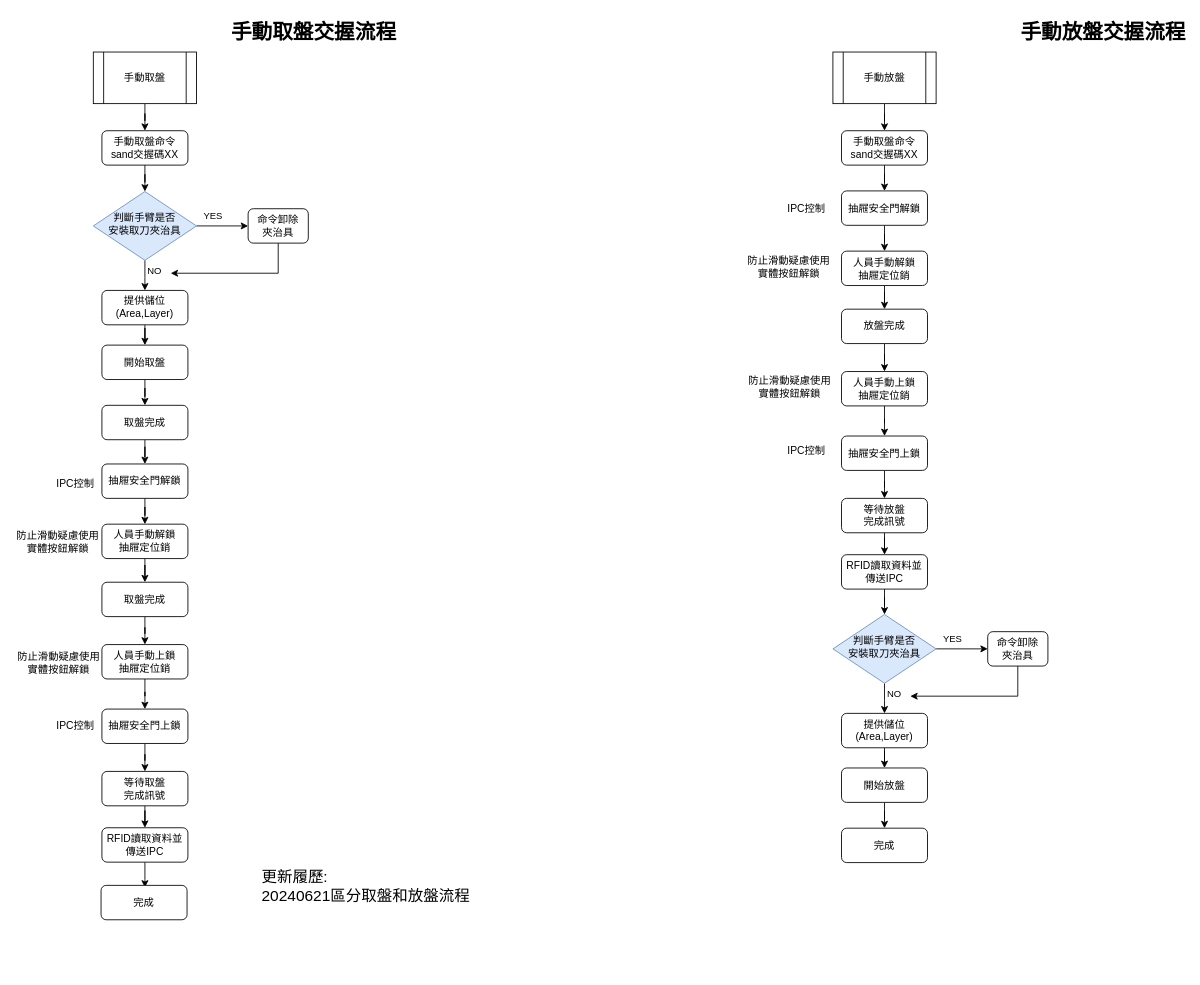
The draw.io diagram page "手動取放盤" (5 of 6) of 上位系統交握流程.drawio in ChiangRyan/process-diagram, before the edit. Source tidied: cells renumbered, new cells numbered last; positions are measured from the earlier drawing's top-left corner, leaving out a move shared by most shapes. Both pictures are drawn from the tidied source at 86%, with x=0, y=0 at pixel (15, 15).
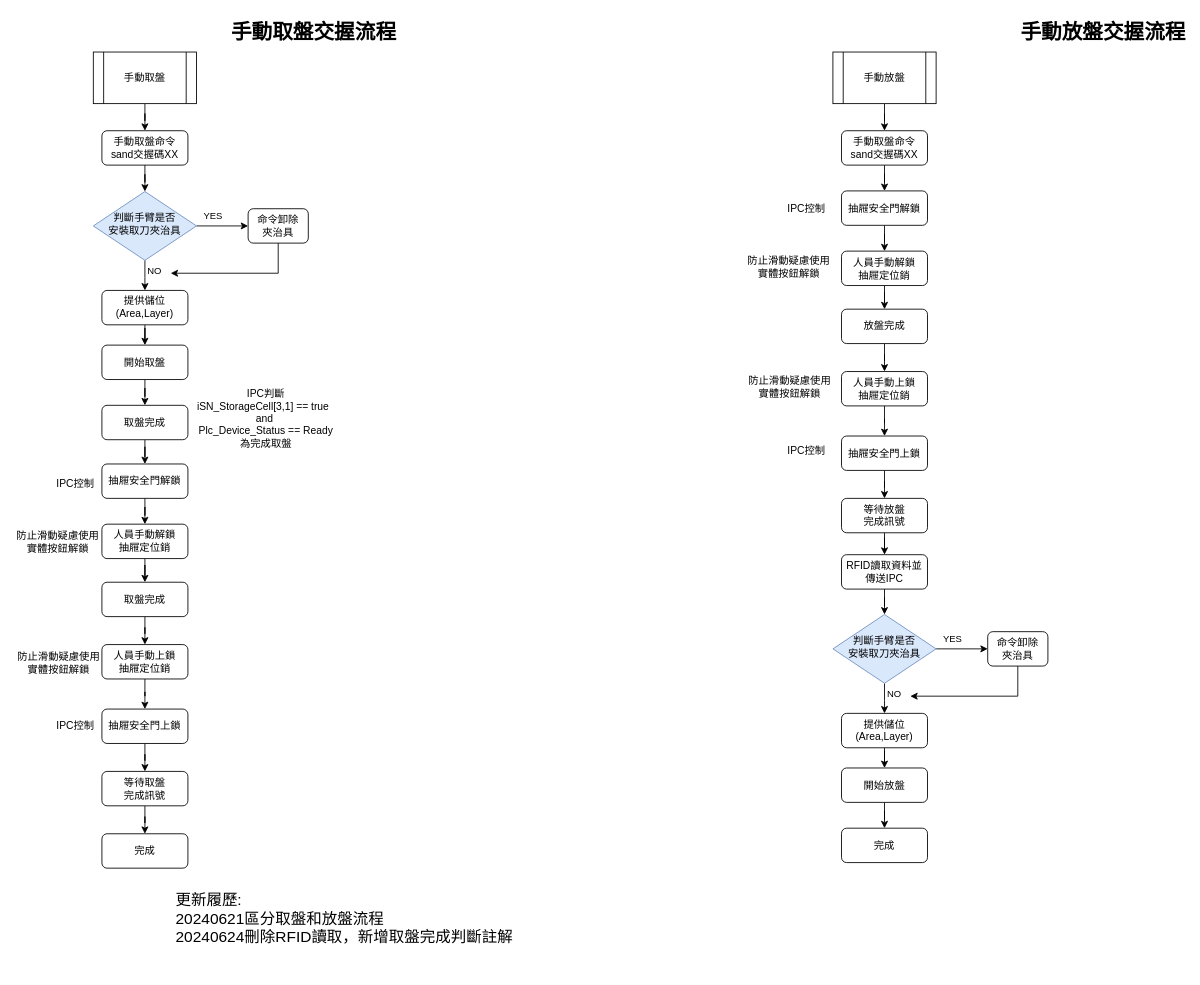
The same page after the edit.

Commit message:
更新上位系統交握流程.drawio

The change refers to these unchanged cells:
```xml
<mxCell id="59" value="等待取盤&lt;div&gt;完成訊號&lt;/div&gt;" style="rounded=1;whiteSpace=wrap;html=1;fontSize=12;glass=0;strokeWidth=1;shadow=0;" parent="1" vertex="1">
  <mxGeometry x="101" y="879.5" width="100" height="40" as="geometry" />
</mxCell>
```

What changed in the source:
```diff
@@
-    <mxCell id="37" value="&lt;font style=&quot;font-size: 18px;&quot;&gt;更新履歷:&lt;/font&gt;&lt;div style=&quot;font-size: 18px;&quot;&gt;&lt;font style=&quot;font-size: 18px;&quot;&gt;20240621區分取盤和放盤流程&lt;/font&gt;&lt;/div&gt;" style="text;html=1;align=left;verticalAlign=top;whiteSpace=wrap;rounded=0;labelPosition=center;verticalLabelPosition=middle;" parent="1" vertex="1">
-      <mxGeometry x="285" y="985.5" width="420" height="99" as="geometry" />
+    <mxCell id="37" value="&lt;font style=&quot;font-size: 18px;&quot;&gt;更新履歷:&lt;/font&gt;&lt;div style=&quot;font-size: 18px;&quot;&gt;&lt;font style=&quot;font-size: 18px;&quot;&gt;20240621區分取盤和放盤流程&lt;/font&gt;&lt;/div&gt;&lt;div style=&quot;font-size: 18px;&quot;&gt;20240624刪除RFID讀取，新增取盤完成判斷註解&lt;/div&gt;" style="text;html=1;align=left;verticalAlign=top;whiteSpace=wrap;rounded=0;labelPosition=center;verticalLabelPosition=middle;" parent="1" vertex="1">
+      <mxGeometry x="185" y="1012" width="420" height="99" as="geometry" />
     </mxCell>
@@
-    <mxCell id="52" style="edgeStyle=orthogonalEdgeStyle;rounded=0;jettySize=auto;html=1;entryX=0.5;entryY=0;entryDx=0;entryDy=0;" parent="1" edge="1" source="53">
-      <mxGeometry relative="1" as="geometry">
-        <mxPoint x="151" y="1014.5" as="targetPoint" />
-      </mxGeometry>
-    </mxCell>
-    <mxCell id="53" value="RFID讀取資料並傳送IPC" style="rounded=1;whiteSpace=wrap;html=1;fontSize=12;glass=0;strokeWidth=1;shadow=0;" parent="1" vertex="1">
-      <mxGeometry x="101" y="945" width="100" height="40" as="geometry" />
-    </mxCell>
@@
-    <mxCell id="58" style="edgeStyle=orthogonalEdgeStyle;rounded=0;jettySize=auto;html=1;entryX=0.5;entryY=0;entryDx=0;entryDy=0;" parent="1" edge="1" source="59" target="53">
+    <mxCell id="58" style="edgeStyle=orthogonalEdgeStyle;rounded=0;jettySize=auto;html=1;entryX=0.5;entryY=0;entryDx=0;entryDy=0;" parent="1" edge="1" source="59" target="72">
       <mxGeometry relative="1" as="geometry" />
     </mxCell>
@@
     <mxCell id="72" value="完成" style="rounded=1;whiteSpace=wrap;html=1;fontSize=12;glass=0;strokeWidth=1;shadow=0;" parent="1" vertex="1">
-      <mxGeometry x="100" y="1012" width="100" height="40" as="geometry" />
+      <mxGeometry x="101" y="952" width="100" height="40" as="geometry" />
     </mxCell>
+    <mxCell id="73" value="IPC判斷&lt;div&gt;iSN_StorageCell[3,1] == true&amp;nbsp;&amp;nbsp;&lt;div&gt;and&amp;nbsp;&lt;div&gt;Plc_Device_Status == Ready&lt;/div&gt;&lt;div&gt;為完成取盤&lt;/div&gt;&lt;div&gt;&lt;br&gt;&lt;div&gt;&lt;br&gt;&lt;/div&gt;&lt;/div&gt;&lt;/div&gt;&lt;/div&gt;" style="text;html=1;align=center;verticalAlign=middle;whiteSpace=wrap;rounded=0;" parent="1" vertex="1">
+      <mxGeometry x="199" y="462" width="186" height="43" as="geometry" />
+    </mxCell>
```
